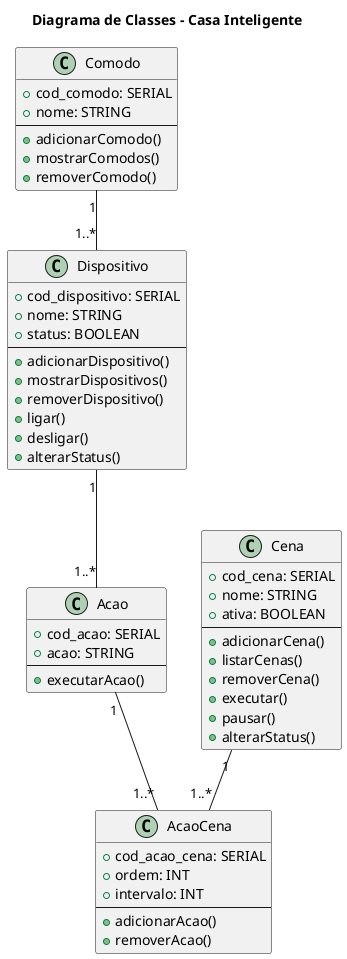
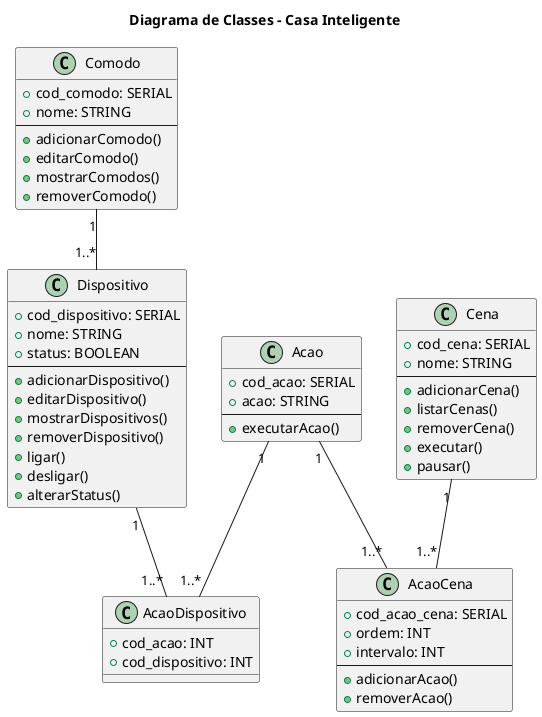
@startuml
- 
title Diagrama de Classes - Casa Inteligente

class Comodo {
    +cod_comodo: SERIAL
    +nome: STRING
    --
    +adicionarComodo()
+     +editarComodo()
    +mostrarComodos()
    +removerComodo()
}

class Dispositivo {
    +cod_dispositivo: SERIAL
    +nome: STRING
    +status: BOOLEAN
    --
    +adicionarDispositivo()
+     +editarDispositivo()
    +mostrarDispositivos()
    +removerDispositivo()
    +ligar()
    +desligar()
    +alterarStatus()
}

class Cena {
    +cod_cena: SERIAL
    +nome: STRING
-     +ativa: BOOLEAN
    --
    +adicionarCena()
    +listarCenas()
    +removerCena()
    +executar()
    +pausar()
-     +alterarStatus()
}

class Acao {
    +cod_acao: SERIAL
    +acao: STRING
    --
    +executarAcao()
+ }
+ 
+ class AcaoDispositivo {
+     +cod_acao: INT
+     +cod_dispositivo: INT
}

class AcaoCena {
    +cod_acao_cena: SERIAL
    +ordem: INT
    +intervalo: INT
    --
    +adicionarAcao()
    +removerAcao()
}

- ' RELACIONAMENTOS
+ ' ----------------- RELACIONAMENTOS -----------------
Comodo "1" -- "1..*" Dispositivo
- Dispositivo "1" -- "1..*" Acao
- Cena "1" -- "1..*" AcaoCena
- Acao "1" -- "1..*" AcaoCena
+ Dispositivo "1" -- "1..*" "AcaoDispositivo"
+ Acao "1" -- "1..*" "AcaoDispositivo"
+ Cena "1" -- "1..*" "AcaoCena"
+ Acao "1" -- "1..*" "AcaoCena"

@enduml
